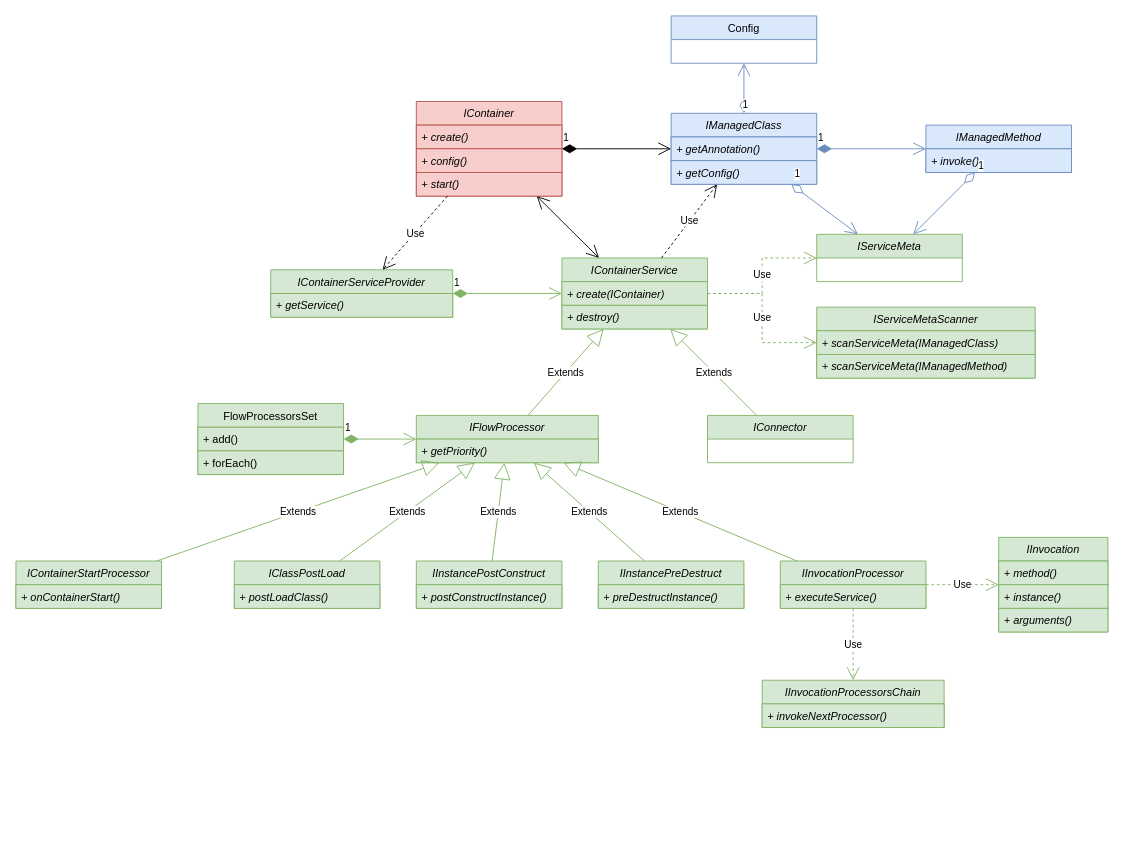
This is page "Container Service Classes" (2 of 14) of docs/container.drawio from js-lib-com/tiny-container, a draw.io file, before an edit. Source tidied: cells renumbered, new cells numbered last; positions are measured from the earlier drawing's top-left corner, leaving out a move shared by most shapes. Both pictures are drawn from the tidied source at 91%, with x=0, y=0 at pixel (15, 15).
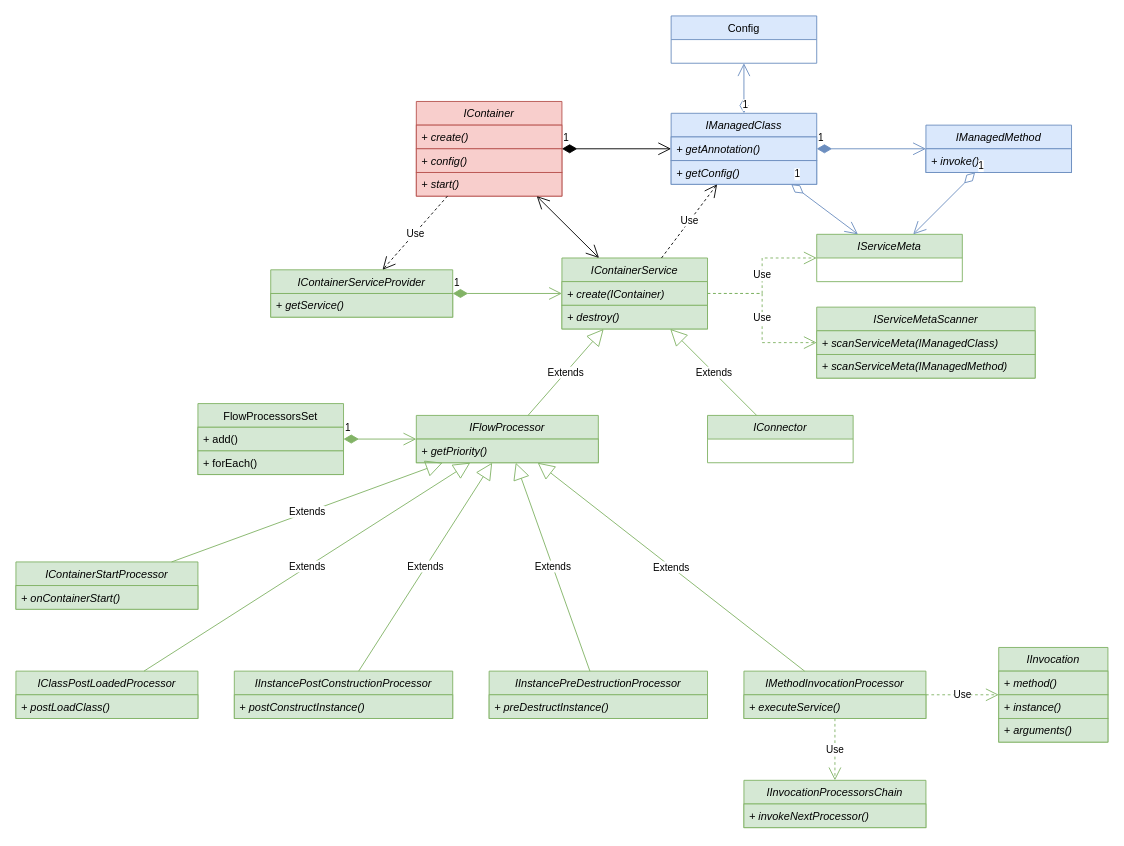
The same diagram, later.

What changed in the source:
```diff
@@
-    <mxCell id="11" value="IInvocationProcessor" style="swimlane;fontStyle=2;horizontal=1;startSize=26;fillColor=#d5e8d4;strokeColor=#82b366;" parent="1" vertex="1">
-      <mxGeometry x="840" y="599" width="160" height="52" as="geometry" />
+    <mxCell id="11" value="IMethodInvocationProcessor" style="swimlane;fontStyle=2;horizontal=1;startSize=26;fillColor=#d5e8d4;strokeColor=#82b366;" parent="1" vertex="1">
+      <mxGeometry x="800" y="720" width="200" height="52" as="geometry" />
     </mxCell>
     <mxCell id="12" value="+ executeService()" style="text;strokeColor=#82b366;fillColor=#d5e8d4;align=left;verticalAlign=top;spacingLeft=4;spacingRight=4;overflow=hidden;fontStyle=2;" parent="11" vertex="1">
-      <mxGeometry y="26" width="160" height="26" as="geometry" />
+      <mxGeometry y="26" width="200" height="26" as="geometry" />
     </mxCell>
-    <mxCell id="13" value="IClassPostLoad" style="swimlane;fontStyle=2;horizontal=1;startSize=26;fillColor=#d5e8d4;strokeColor=#82b366;" parent="1" vertex="1">
-      <mxGeometry x="240" y="599" width="160" height="52" as="geometry" />
+    <mxCell id="13" value="IClassPostLoadedProcessor" style="swimlane;fontStyle=2;horizontal=1;startSize=26;fillColor=#d5e8d4;strokeColor=#82b366;" parent="1" vertex="1">
+      <mxGeometry y="720" width="200" height="52" as="geometry" />
     </mxCell>
     <mxCell id="14" value="+ postLoadClass()" style="text;strokeColor=#82b366;fillColor=#d5e8d4;align=left;verticalAlign=top;spacingLeft=4;spacingRight=4;overflow=hidden;fontStyle=2;" parent="13" vertex="1">
-      <mxGeometry y="26" width="160" height="26" as="geometry" />
+      <mxGeometry y="26" width="200" height="26" as="geometry" />
     </mxCell>
-    <mxCell id="15" value="IInstancePostConstruct" style="swimlane;fontStyle=2;horizontal=1;startSize=26;fillColor=#d5e8d4;strokeColor=#82b366;" parent="1" vertex="1">
-      <mxGeometry x="440" y="599" width="160" height="52" as="geometry" />
+    <mxCell id="15" value="IInstancePostConstructionProcessor" style="swimlane;fontStyle=2;horizontal=1;startSize=26;fillColor=#d5e8d4;strokeColor=#82b366;" parent="1" vertex="1">
+      <mxGeometry x="240" y="720" width="240" height="52" as="geometry" />
     </mxCell>
     <mxCell id="16" value="+ postConstructInstance()" style="text;strokeColor=#82b366;fillColor=#d5e8d4;align=left;verticalAlign=top;spacingLeft=4;spacingRight=4;overflow=hidden;fontStyle=2;" parent="15" vertex="1">
-      <mxGeometry y="26" width="160" height="26" as="geometry" />
+      <mxGeometry y="26" width="240" height="26" as="geometry" />
     </mxCell>
-    <mxCell id="17" value="IInstancePreDestruct" style="swimlane;fontStyle=2;horizontal=1;startSize=26;fillColor=#d5e8d4;strokeColor=#82b366;" parent="1" vertex="1">
-      <mxGeometry x="640" y="599" width="160" height="52" as="geometry" />
+    <mxCell id="17" value="IInstancePreDestructionProcessor" style="swimlane;fontStyle=2;horizontal=1;startSize=26;fillColor=#d5e8d4;strokeColor=#82b366;" parent="1" vertex="1">
+      <mxGeometry x="520" y="720" width="240" height="52" as="geometry" />
     </mxCell>
     <mxCell id="18" value="+ preDestructInstance()" style="text;strokeColor=#82b366;fillColor=#d5e8d4;align=left;verticalAlign=top;spacingLeft=4;spacingRight=4;overflow=hidden;fontStyle=2;" parent="17" vertex="1">
-      <mxGeometry y="26" width="160" height="26" as="geometry" />
+      <mxGeometry y="26" width="240" height="26" as="geometry" />
     </mxCell>
@@
     <mxCell id="25" value="IInvocationProcessorsChain" style="swimlane;fontStyle=2;horizontal=1;startSize=26;fillColor=#d5e8d4;strokeColor=#82b366;" parent="1" vertex="1">
-      <mxGeometry x="820" y="730" width="200" height="52" as="geometry" />
+      <mxGeometry x="800" y="840" width="200" height="52" as="geometry" />
     </mxCell>
@@
     <mxCell id="48" value="IInvocation" style="swimlane;fontStyle=2;horizontal=1;startSize=26;fillColor=#d5e8d4;strokeColor=#82b366;" parent="1" vertex="1">
-      <mxGeometry x="1080" y="573" width="120" height="104" as="geometry" />
+      <mxGeometry x="1080" y="694" width="120" height="104" as="geometry" />
     </mxCell>
@@
     <mxCell id="61" value="IContainerStartProcessor" style="swimlane;fontStyle=2;horizontal=1;startSize=26;fillColor=#d5e8d4;strokeColor=#82b366;" parent="1" vertex="1">
-      <mxGeometry y="599" width="160" height="52" as="geometry" />
+      <mxGeometry y="600" width="200" height="52" as="geometry" />
     </mxCell>
     <mxCell id="62" value="+ onContainerStart()" style="text;strokeColor=#82b366;fillColor=#d5e8d4;align=left;verticalAlign=top;spacingLeft=4;spacingRight=4;overflow=hidden;fontStyle=2;" parent="61" vertex="1">
-      <mxGeometry y="26" width="160" height="26" as="geometry" />
+      <mxGeometry y="26" width="200" height="26" as="geometry" />
     </mxCell>
```
